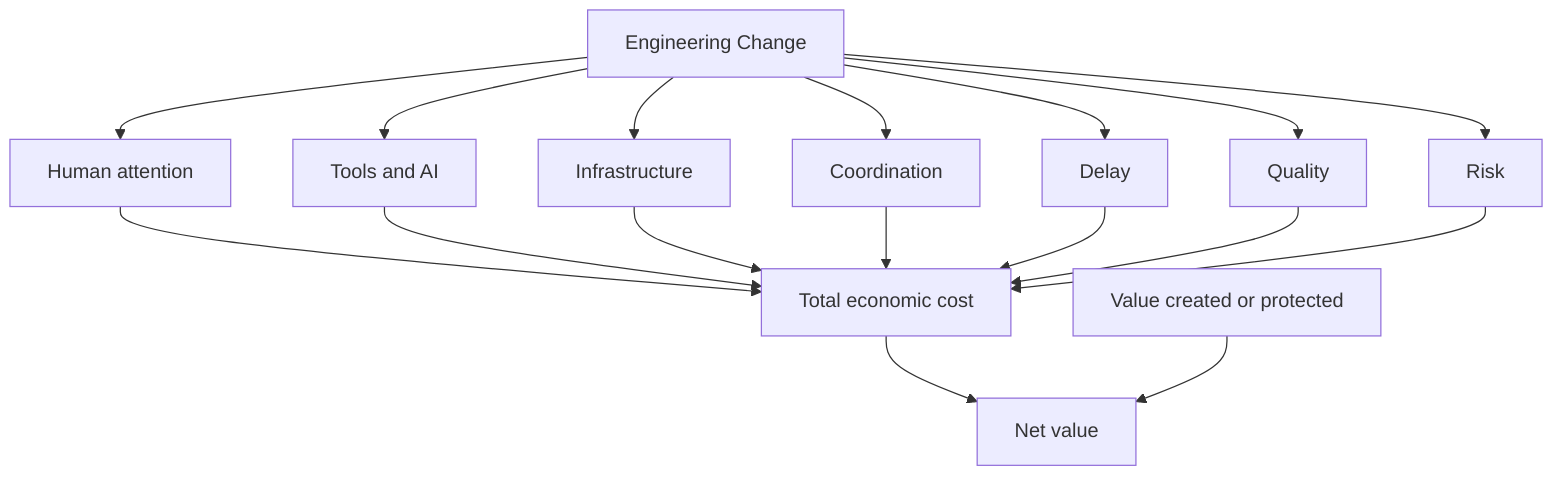
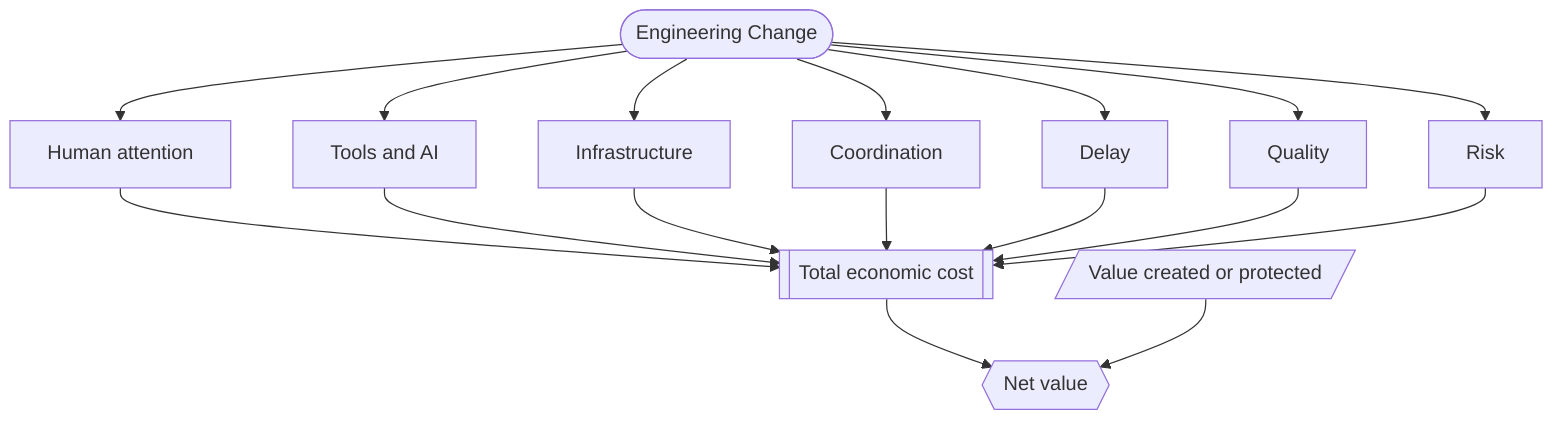
flowchart TD
-     EC[Engineering Change] --> H[Human attention]
+     EC([Engineering Change]) --> H[Human attention]
    EC --> T[Tools and AI]
    EC --> I[Infrastructure]
    EC --> C[Coordination]
    EC --> D[Delay]
    EC --> Q[Quality]
    EC --> R[Risk]

-     H --> TOTAL[Total economic cost]
+     H --> TOTAL[[Total economic cost]]
    T --> TOTAL
    I --> TOTAL
    C --> TOTAL
    D --> TOTAL
    Q --> TOTAL
    R --> TOTAL

-     TOTAL --> NV[Net value]
-     VALUE[Value created or protected] --> NV
+     TOTAL --> NV{{Net value}}
+     VALUE[/Value created or protected/] --> NV
